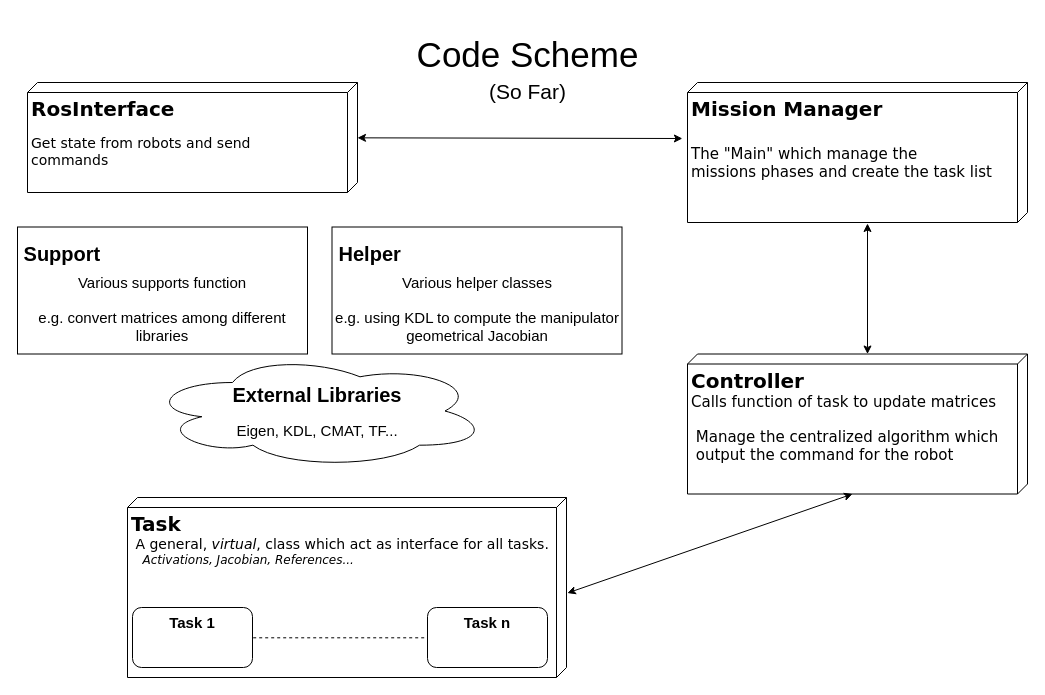
Before: images/CodeScheme_single.drawio in torydebra/AUV-Coop-Assembly, a draw.io diagram. Source tidied: cells renumbered, new cells numbered last; positions are measured from the earlier drawing's top-left corner, leaving out a move shared by most shapes. Both pictures are drawn from the tidied source at 100%, with x=0, y=0 at pixel (17, 17).
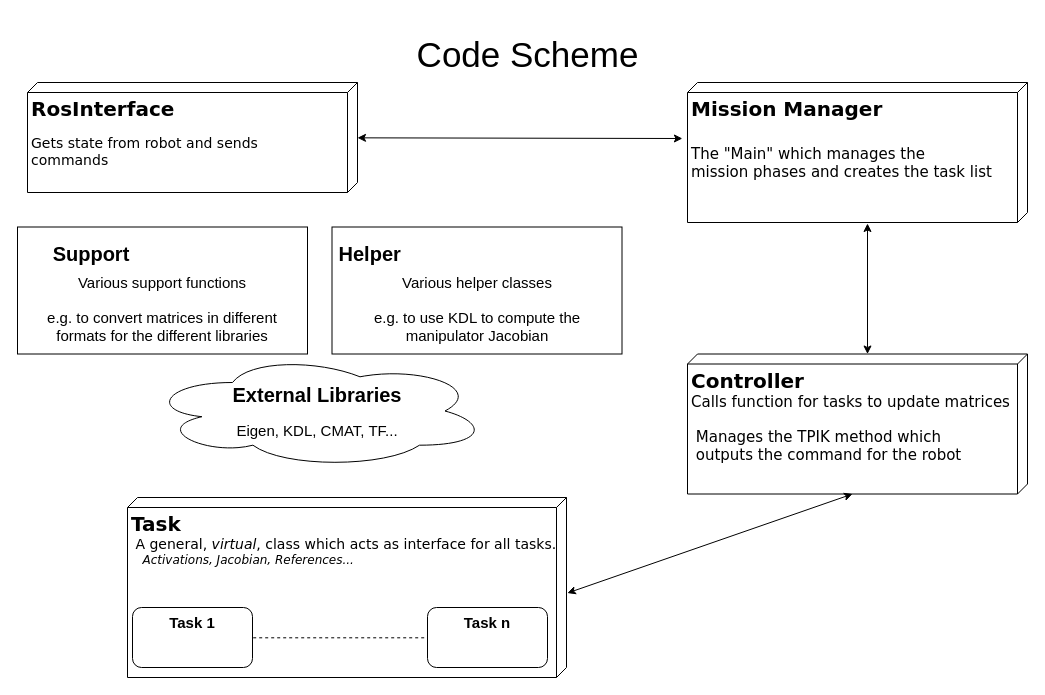
Above is the later version.

Diff of the diagram source:
```diff
@@
 <mxGraphModel background="#ffffff">
   <root>
     <mxCell id="0" />
     <mxCell id="1" parent="0" />
     <mxCell id="2" style="edgeStyle=orthogonalEdgeStyle;rounded=0;jettySize=auto;html=1;exitX=0;exitY=0;exitDx=110;exitDy=170;exitPerimeter=0;entryX=0.5;entryY=0;entryDx=0;entryDy=0;shape=link;strokeColor=none;" parent="1" edge="1" source="3" target="13">
       <mxGeometry relative="1" as="geometry" />
     </mxCell>
-    <mxCell id="3" value="&lt;div align=&quot;left&quot;&gt;&lt;b&gt;&lt;font style=&quot;font-size: 20px&quot;&gt;RosInterface&lt;/font&gt;&lt;/b&gt;&lt;span&gt;&lt;b&gt;&lt;br&gt;&lt;/b&gt;&lt;/span&gt;&lt;/div&gt;&lt;div align=&quot;left&quot;&gt;&lt;span&gt;&lt;br&gt;&lt;/span&gt;&lt;/div&gt;&lt;div style=&quot;font-size: 14px&quot; align=&quot;left&quot;&gt;&lt;span&gt;Get &lt;/span&gt;state&lt;span&gt; from robots and send &lt;br&gt;&lt;/span&gt;&lt;/div&gt;&lt;div style=&quot;font-size: 14px&quot; align=&quot;left&quot;&gt;&lt;span&gt;commands&lt;br&gt;&lt;/span&gt;&lt;/div&gt;" style="verticalAlign=top;align=left;spacingTop=8;spacingLeft=2;spacingRight=12;shape=cube;size=10;direction=south;fontStyle=0;html=1;rounded=0;shadow=0;comic=0;labelBackgroundColor=none;strokeColor=#000000;strokeWidth=1;fillColor=#ffffff;fontFamily=Verdana;fontSize=12;fontColor=#000000;" parent="1" vertex="1">
+    <mxCell id="3" value="&lt;div align=&quot;left&quot;&gt;&lt;b&gt;&lt;font style=&quot;font-size: 20px&quot;&gt;RosInterface&lt;/font&gt;&lt;/b&gt;&lt;span&gt;&lt;b&gt;&lt;br&gt;&lt;/b&gt;&lt;/span&gt;&lt;/div&gt;&lt;div align=&quot;left&quot;&gt;&lt;span&gt;&lt;br&gt;&lt;/span&gt;&lt;/div&gt;&lt;div style=&quot;font-size: 14px&quot; align=&quot;left&quot;&gt;&lt;span&gt;Gets &lt;/span&gt;state&lt;span&gt; from robot and sends &lt;br&gt;&lt;/span&gt;&lt;/div&gt;&lt;div style=&quot;font-size: 14px&quot; align=&quot;left&quot;&gt;&lt;span&gt;commands&lt;br&gt;&lt;/span&gt;&lt;/div&gt;" style="verticalAlign=top;align=left;spacingTop=8;spacingLeft=2;spacingRight=12;shape=cube;size=10;direction=south;fontStyle=0;html=1;rounded=0;shadow=0;comic=0;labelBackgroundColor=none;strokeColor=#000000;strokeWidth=1;fillColor=#ffffff;fontFamily=Verdana;fontSize=12;fontColor=#000000;" parent="1" vertex="1">
       <mxGeometry x="10" y="65" width="330" height="110" as="geometry" />
     </mxCell>
-    <mxCell id="4" value="&lt;div style=&quot;font-size: 20px&quot; align=&quot;left&quot;&gt;&lt;font style=&quot;font-size: 20px&quot;&gt;&lt;b&gt;Mission Manager&lt;/b&gt;&lt;span&gt;&lt;b&gt;&lt;br&gt;&lt;/b&gt;&lt;/span&gt;&lt;/font&gt;&lt;/div&gt;&lt;div style=&quot;font-size: 20px&quot; align=&quot;left&quot;&gt;&lt;font style=&quot;font-size: 20px&quot;&gt;&lt;span&gt;&lt;br&gt;&lt;/span&gt;&lt;/font&gt;&lt;/div&gt;&lt;div style=&quot;font-size: 15px&quot; align=&quot;left&quot;&gt;&lt;font style=&quot;font-size: 15px&quot;&gt;&lt;span&gt;&lt;font style=&quot;font-size: 15px&quot;&gt;The &quot;Main&quot; which manage the &lt;br&gt;&lt;/font&gt;&lt;/span&gt;&lt;/font&gt;&lt;/div&gt;&lt;div style=&quot;font-size: 15px&quot; align=&quot;left&quot;&gt;&lt;font style=&quot;font-size: 15px&quot;&gt;&lt;span&gt;&lt;font style=&quot;font-size: 15px&quot;&gt;missions phases&lt;/font&gt; and create the task list&lt;br&gt;&lt;/span&gt;&lt;/font&gt;&lt;/div&gt;&lt;font size=&quot;1&quot;&gt;&lt;/font&gt;" style="verticalAlign=top;align=left;spacingTop=8;spacingLeft=2;spacingRight=12;shape=cube;size=10;direction=south;fontStyle=0;html=1;rounded=0;shadow=0;comic=0;labelBackgroundColor=none;strokeColor=#000000;strokeWidth=1;fillColor=#ffffff;fontFamily=Verdana;fontSize=12;fontColor=#000000;" parent="1" vertex="1">
+    <mxCell id="4" value="&lt;div style=&quot;font-size: 20px&quot; align=&quot;left&quot;&gt;&lt;font style=&quot;font-size: 20px&quot;&gt;&lt;b&gt;Mission Manager&lt;/b&gt;&lt;span&gt;&lt;b&gt;&lt;br&gt;&lt;/b&gt;&lt;/span&gt;&lt;/font&gt;&lt;/div&gt;&lt;div style=&quot;font-size: 20px&quot; align=&quot;left&quot;&gt;&lt;font style=&quot;font-size: 20px&quot;&gt;&lt;span&gt;&lt;br&gt;&lt;/span&gt;&lt;/font&gt;&lt;/div&gt;&lt;div style=&quot;font-size: 15px&quot; align=&quot;left&quot;&gt;&lt;font style=&quot;font-size: 15px&quot;&gt;&lt;span&gt;&lt;font style=&quot;font-size: 15px&quot;&gt;The &quot;Main&quot; which manages the &lt;br&gt;&lt;/font&gt;&lt;/span&gt;&lt;/font&gt;&lt;/div&gt;&lt;div style=&quot;font-size: 15px&quot; align=&quot;left&quot;&gt;&lt;font style=&quot;font-size: 15px&quot;&gt;&lt;span&gt;&lt;font style=&quot;font-size: 15px&quot;&gt;mission phases&lt;/font&gt; and creates the task list&lt;br&gt;&lt;/span&gt;&lt;/font&gt;&lt;/div&gt;&lt;font size=&quot;1&quot;&gt;&lt;/font&gt;" style="verticalAlign=top;align=left;spacingTop=8;spacingLeft=2;spacingRight=12;shape=cube;size=10;direction=south;fontStyle=0;html=1;rounded=0;shadow=0;comic=0;labelBackgroundColor=none;strokeColor=#000000;strokeWidth=1;fillColor=#ffffff;fontFamily=Verdana;fontSize=12;fontColor=#000000;" parent="1" vertex="1">
       <mxGeometry x="670" y="65" width="340" height="140" as="geometry" />
     </mxCell>
-    <mxCell id="5" value="&lt;div style=&quot;font-size: 20px&quot;&gt;&lt;b&gt;Task&lt;/b&gt;&lt;/div&gt;&lt;div style=&quot;font-size: 14px&quot;&gt;&amp;nbsp;A general, &lt;i&gt;virtual&lt;/i&gt;, class which act as interface for all tasks.&lt;/div&gt;&lt;div&gt;&lt;i&gt;&amp;nbsp;&amp;nbsp; Activations, Jacobian, References...&lt;/i&gt;&lt;br&gt;&lt;/div&gt;" style="verticalAlign=top;align=left;spacingTop=8;spacingLeft=2;spacingRight=12;shape=cube;size=10;direction=south;fontStyle=0;html=1;rounded=0;shadow=0;comic=0;labelBackgroundColor=none;strokeColor=#000000;strokeWidth=1;fillColor=#ffffff;fontFamily=Verdana;fontSize=12;fontColor=#000000;" parent="1" vertex="1">
+    <mxCell id="5" value="&lt;div style=&quot;font-size: 20px&quot;&gt;&lt;b&gt;Task&lt;/b&gt;&lt;/div&gt;&lt;div style=&quot;font-size: 14px&quot;&gt;&amp;nbsp;A general, &lt;i&gt;virtual&lt;/i&gt;, class which acts as interface for all tasks.&lt;/div&gt;&lt;div&gt;&lt;i&gt;&amp;nbsp;&amp;nbsp; Activations, Jacobian, References...&lt;/i&gt;&lt;br&gt;&lt;/div&gt;" style="verticalAlign=top;align=left;spacingTop=8;spacingLeft=2;spacingRight=12;shape=cube;size=10;direction=south;fontStyle=0;html=1;rounded=0;shadow=0;comic=0;labelBackgroundColor=none;strokeColor=#000000;strokeWidth=1;fillColor=#ffffff;fontFamily=Verdana;fontSize=12;fontColor=#000000;" parent="1" vertex="1">
       <mxGeometry x="110" y="480" width="439" height="180" as="geometry" />
     </mxCell>
     <mxCell id="6" style="endArrow=classic;startArrow=classic;html=1;entryX=0.4;entryY=1.015;entryDx=0;entryDy=0;entryPerimeter=0;" parent="1" edge="1" source="3" target="4">
       <mxGeometry relative="1" as="geometry" />
     </mxCell>
-    <mxCell id="7" value="&lt;div style=&quot;font-size: 20px&quot; align=&quot;left&quot;&gt;&lt;b&gt;Controller&lt;/b&gt;&lt;font style=&quot;font-size: 20px&quot;&gt;&lt;span&gt;&lt;b&gt;&lt;br&gt;&lt;/b&gt;&lt;/span&gt;&lt;/font&gt;&lt;/div&gt;&lt;div style=&quot;font-size: 15px&quot; align=&quot;left&quot;&gt;&lt;font style=&quot;font-size: 15px&quot;&gt;&lt;span&gt;&lt;/span&gt;&lt;/font&gt; Calls function of task to update matrices&lt;/div&gt;&lt;div style=&quot;font-size: 14px&quot; align=&quot;left&quot;&gt;&lt;br&gt;&lt;/div&gt;&lt;div style=&quot;font-size: 15px&quot; align=&quot;left&quot;&gt;&lt;font style=&quot;font-size: 15px&quot;&gt;&lt;span&gt;&lt;font style=&quot;font-size: 15px&quot;&gt;&amp;nbsp;Manage the centralized algorithm which&lt;/font&gt;&lt;/span&gt;&lt;/font&gt;&lt;/div&gt;&lt;div style=&quot;font-size: 15px&quot; align=&quot;left&quot;&gt;&lt;font style=&quot;font-size: 15px&quot;&gt;&lt;span&gt;&lt;font style=&quot;font-size: 15px&quot;&gt;&amp;nbsp;output the command for the robot&lt;br&gt;&lt;/font&gt;&lt;/span&gt;&lt;/font&gt;&lt;/div&gt;" style="verticalAlign=top;align=left;spacingTop=8;spacingLeft=2;spacingRight=12;shape=cube;size=10;direction=south;fontStyle=0;html=1;rounded=0;shadow=0;comic=0;labelBackgroundColor=none;strokeColor=#000000;strokeWidth=1;fillColor=#ffffff;fontFamily=Verdana;fontSize=12;fontColor=#000000;" parent="1" vertex="1">
+    <mxCell id="7" value="&lt;div style=&quot;font-size: 20px&quot; align=&quot;left&quot;&gt;&lt;b&gt;Controller&lt;/b&gt;&lt;font style=&quot;font-size: 20px&quot;&gt;&lt;span&gt;&lt;b&gt;&lt;br&gt;&lt;/b&gt;&lt;/span&gt;&lt;/font&gt;&lt;/div&gt;&lt;div style=&quot;font-size: 15px&quot; align=&quot;left&quot;&gt;&lt;font style=&quot;font-size: 15px&quot;&gt;&lt;span&gt;&lt;/span&gt;&lt;/font&gt; Calls function for tasks to update matrices&lt;/div&gt;&lt;div style=&quot;font-size: 14px&quot; align=&quot;left&quot;&gt;&lt;br&gt;&lt;/div&gt;&lt;div style=&quot;font-size: 15px&quot; align=&quot;left&quot;&gt;&lt;font style=&quot;font-size: 15px&quot;&gt;&lt;span&gt;&lt;font style=&quot;font-size: 15px&quot;&gt;&amp;nbsp;Manages the TPIK method which&lt;/font&gt;&lt;/span&gt;&lt;/font&gt;&lt;/div&gt;&lt;div style=&quot;font-size: 15px&quot; align=&quot;left&quot;&gt;&lt;font style=&quot;font-size: 15px&quot;&gt;&lt;span&gt;&lt;font style=&quot;font-size: 15px&quot;&gt;&amp;nbsp;outputs the command for the robot&lt;br&gt;&lt;/font&gt;&lt;/span&gt;&lt;/font&gt;&lt;/div&gt;" style="verticalAlign=top;align=left;spacingTop=8;spacingLeft=2;spacingRight=12;shape=cube;size=10;direction=south;fontStyle=0;html=1;rounded=0;shadow=0;comic=0;labelBackgroundColor=none;strokeColor=#000000;strokeWidth=1;fillColor=#ffffff;fontFamily=Verdana;fontSize=12;fontColor=#000000;" parent="1" vertex="1">
       <mxGeometry x="670" y="336.5" width="340" height="140" as="geometry" />
     </mxCell>
     <mxCell id="8" value="&lt;div style=&quot;font-size: 15px&quot;&gt;&lt;font style=&quot;font-size: 15px&quot;&gt;&lt;b&gt;Task 1&lt;/b&gt;&lt;/font&gt;&lt;/div&gt;&lt;div style=&quot;font-size: 15px&quot;&gt;&lt;font style=&quot;font-size: 15px&quot;&gt;&lt;b&gt;&lt;br&gt;&lt;/b&gt;&lt;/font&gt;&lt;/div&gt;" style="rounded=1;whiteSpace=wrap;html=1;verticalAlign=top;" parent="1" vertex="1">
       <mxGeometry x="115" y="590" width="120" height="60" as="geometry" />
     </mxCell>
     <mxCell id="9" value="&lt;font style=&quot;font-size: 15px&quot;&gt;&lt;b&gt;Task n&lt;/b&gt;&lt;/font&gt;" style="rounded=1;whiteSpace=wrap;html=1;verticalAlign=top;" parent="1" vertex="1">
       <mxGeometry x="410" y="590" width="120" height="60" as="geometry" />
     </mxCell>
     <mxCell id="10" style="endArrow=none;dashed=1;html=1;exitX=1;exitY=0.5;exitDx=0;exitDy=0;entryX=0;entryY=0.5;entryDx=0;entryDy=0;" parent="1" edge="1">
       <mxGeometry relative="1" as="geometry">
         <mxPoint x="235.7" y="620.3" as="sourcePoint" />
         <mxPoint x="410.3" y="620.3" as="targetPoint" />
       </mxGeometry>
     </mxCell>
     <mxCell id="11" style="endArrow=classic;startArrow=classic;html=1;exitX=0;exitY=0;exitDx=0;exitDy=160;exitPerimeter=0;" parent="1" edge="1" source="7">
       <mxGeometry relative="1" as="geometry">
         <mxPoint x="850" y="206" as="targetPoint" />
       </mxGeometry>
     </mxCell>
     <mxCell id="12" style="endArrow=classic;startArrow=classic;html=1;entryX=0;entryY=0;entryDx=140;entryDy=175;entryPerimeter=0;exitX=0.531;exitY=-0.002;exitDx=0;exitDy=0;exitPerimeter=0;" parent="1" edge="1" source="5" target="7">
       <mxGeometry relative="1" as="geometry" />
     </mxCell>
-    <mxCell id="13" value="&lt;p style=&quot;line-height: 0% ; font-size: 20px&quot; align=&quot;left&quot;&gt;&lt;b&gt;&lt;font style=&quot;font-size: 20px ; line-height: 0%&quot;&gt;&amp;nbsp;Support&lt;/font&gt;&lt;/b&gt;&lt;/p&gt;&lt;div style=&quot;font-size: 15px&quot;&gt;Various supports function &lt;br&gt;&lt;/div&gt;&lt;div style=&quot;font-size: 14px&quot;&gt;&lt;br&gt;&lt;/div&gt;&lt;div style=&quot;font-size: 15px&quot;&gt;e.g. convert matrices among different libraries&lt;br&gt;&lt;/div&gt;" style="rounded=0;whiteSpace=wrap;html=1;horizontal=1;verticalAlign=top;fontStyle=0;" parent="1" vertex="1">
+    <mxCell id="13" value="&lt;p style=&quot;line-height: 0% ; font-size: 20px&quot; align=&quot;left&quot;&gt;&lt;b&gt;&lt;font style=&quot;font-size: 20px ; line-height: 0%&quot;&gt;&amp;nbsp;Support&lt;/font&gt;&lt;/b&gt;&lt;/p&gt;&lt;div style=&quot;font-size: 15px&quot;&gt;Various support functions &lt;br&gt;&lt;/div&gt;&lt;div style=&quot;font-size: 14px&quot;&gt;&lt;br&gt;&lt;/div&gt;&lt;div style=&quot;font-size: 15px&quot;&gt;e.g. to convert matrices in different &lt;br&gt;&lt;/div&gt;&lt;div style=&quot;font-size: 15px&quot;&gt;formats for the different libraries&lt;br&gt;&lt;/div&gt;" style="rounded=0;whiteSpace=wrap;html=1;horizontal=1;verticalAlign=top;fontStyle=0;" parent="1" vertex="1">
       <mxGeometry y="209.5" width="290" height="127" as="geometry" />
     </mxCell>
-    <mxCell id="14" value="&lt;p style=&quot;line-height: 0% ; font-size: 20px&quot; align=&quot;left&quot;&gt;&lt;b&gt;&amp;nbsp;Helper&lt;/b&gt;&lt;/p&gt;&lt;div style=&quot;font-size: 15px&quot;&gt;Various helper classes&lt;br&gt;&lt;/div&gt;&lt;div style=&quot;font-size: 14px&quot;&gt;&lt;br&gt;&lt;/div&gt;&lt;div style=&quot;font-size: 15px&quot;&gt;e.g. using KDL to compute the manipulator geometrical Jacobian&lt;br&gt;&lt;/div&gt;" style="rounded=0;whiteSpace=wrap;html=1;horizontal=1;verticalAlign=top;fontStyle=0;" parent="1" vertex="1">
+    <mxCell id="14" value="&lt;p style=&quot;line-height: 0% ; font-size: 20px&quot; align=&quot;left&quot;&gt;&lt;b&gt;&amp;nbsp;Helper&lt;/b&gt;&lt;/p&gt;&lt;div style=&quot;font-size: 15px&quot;&gt;Various helper classes&lt;br&gt;&lt;/div&gt;&lt;div style=&quot;font-size: 14px&quot;&gt;&lt;br&gt;&lt;/div&gt;&lt;div style=&quot;font-size: 15px&quot;&gt;e.g. to use KDL to compute the manipulator Jacobian&lt;br&gt;&lt;/div&gt;" style="rounded=0;whiteSpace=wrap;html=1;horizontal=1;verticalAlign=top;fontStyle=0;" parent="1" vertex="1">
       <mxGeometry x="314.5" y="209.5" width="290" height="127" as="geometry" />
     </mxCell>
     <mxCell id="15" value="&lt;p style=&quot;line-height: 0%&quot;&gt;&lt;/p&gt;&lt;div style=&quot;font-size: 20px&quot;&gt;&lt;b&gt;External Libraries&lt;/b&gt;&lt;/div&gt;&lt;div&gt;&lt;br&gt;&lt;/div&gt;&lt;font style=&quot;font-size: 15px&quot;&gt;Eigen, KDL, CMAT, TF...&lt;/font&gt;&lt;br&gt;&lt;p&gt;&lt;/p&gt;" style="ellipse;shape=cloud;whiteSpace=wrap;html=1;" parent="1" vertex="1">
       <mxGeometry x="130" y="336.5" width="340" height="114" as="geometry" />
     </mxCell>
-    <mxCell id="16" value="&lt;p style=&quot;line-height: 0%&quot;&gt;Code Scheme &lt;br style=&quot;font-size: 35px&quot;&gt;&lt;/p&gt;&lt;div style=&quot;line-height: 20% ; font-size: 21px&quot;&gt;(So Far)&lt;br&gt;&lt;/div&gt;&lt;p&gt;&lt;/p&gt;" style="text;html=1;align=center;verticalAlign=top;spacingTop=-4;fontSize=35;" parent="1" vertex="1">
-      <mxGeometry x="390" width="240" height="110" as="geometry" />
+    <mxCell id="16" value="&lt;p style=&quot;line-height: 0%&quot;&gt;Code Scheme&lt;br style=&quot;font-size: 35px&quot;&gt;&lt;/p&gt;&lt;p&gt;&lt;/p&gt;" style="text;html=1;align=center;verticalAlign=top;spacingTop=-4;fontSize=35;" parent="1" vertex="1">
+      <mxGeometry x="390" width="240" height="70" as="geometry" />
     </mxCell>
   </root>
 </mxGraphModel>
```
